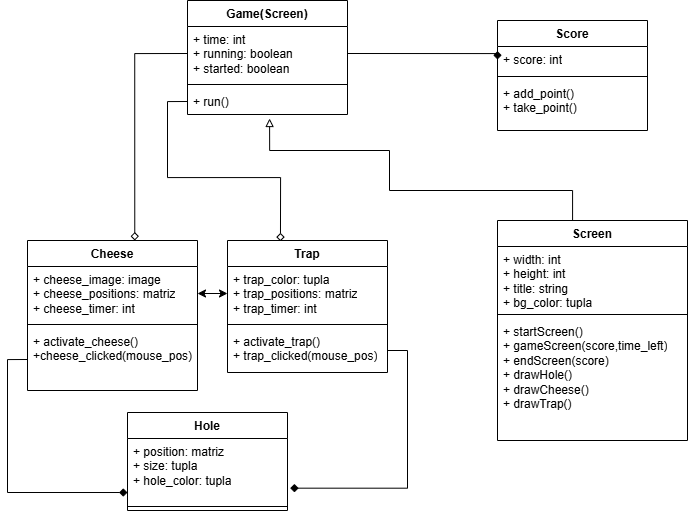
This is diagrama_classes/diagrama.png from BeatrizSants/Projeto-OO, a draw.io export, as it was before one commit. Source tidied: cells renumbered, new cells last; positions are measured from the earlier drawing's top-left corner, leaving out a move shared by most shapes.
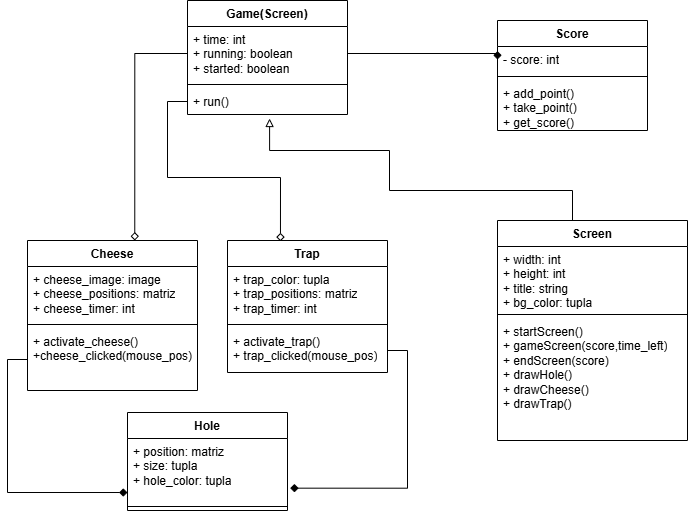
Later version of the same file.

The edit, as a diff of the source:
```diff
@@ -38,13 +38,13 @@
     <mxCell id="13" value="Score" style="swimlane;fontStyle=1;align=center;verticalAlign=top;horizontal=1;startSize=26;whiteSpace=wrap;html=1;" parent="1" vertex="1">
       <mxGeometry x="470" y="20" width="150" height="110" as="geometry" />
     </mxCell>
-    <mxCell id="14" value="+ score: int" style="text;strokeColor=none;fillColor=none;align=left;verticalAlign=top;spacingLeft=4;spacingRight=4;overflow=hidden;points=[[0,0.5],[1,0.5]];portConstraint=eastwest;whiteSpace=wrap;html=1;" parent="13" vertex="1">
+    <mxCell id="14" value="- score: int" style="text;strokeColor=none;fillColor=none;align=left;verticalAlign=top;spacingLeft=4;spacingRight=4;overflow=hidden;points=[[0,0.5],[1,0.5]];portConstraint=eastwest;whiteSpace=wrap;html=1;" parent="13" vertex="1">
       <mxGeometry y="26" width="150" height="26" as="geometry" />
     </mxCell>
     <mxCell id="15" style="line;strokeWidth=1;fillColor=none;align=left;verticalAlign=middle;spacingTop=-1;spacingLeft=3;spacingRight=3;labelPosition=right;strokeColor=inherit;" parent="13" vertex="1">
       <mxGeometry y="52" width="150" height="8" as="geometry" />
     </mxCell>
-    <mxCell id="16" value="+ add_point()&lt;div&gt;+ take_point()&lt;/div&gt;" style="text;strokeColor=none;fillColor=none;align=left;verticalAlign=top;spacingLeft=4;spacingRight=4;overflow=hidden;whiteSpace=wrap;html=1;" parent="13" vertex="1">
+    <mxCell id="16" value="+ add_point()&lt;div&gt;+ take_point()&lt;/div&gt;&lt;div&gt;+ get_score()&lt;/div&gt;" style="text;strokeColor=none;fillColor=none;align=left;verticalAlign=top;spacingLeft=4;spacingRight=4;overflow=hidden;whiteSpace=wrap;html=1;" parent="13" vertex="1">
       <mxGeometry y="60" width="150" height="50" as="geometry" />
     </mxCell>
     <mxCell id="17" style="edgeStyle=orthogonalEdgeStyle;rounded=0;jettySize=auto;html=1;exitX=0.513;exitY=1.154;exitDx=0;exitDy=0;exitPerimeter=0;entryX=0.5;entryY=0;entryDx=0;entryDy=0;endArrow=none;endFill=0;startArrow=block;startFill=0;" parent="1" edge="1" source="8" target="9">
@@ -100,8 +100,5 @@
     <mxCell id="30" style="edgeStyle=orthogonalEdgeStyle;rounded=0;jettySize=auto;html=1;exitX=0;exitY=0.5;exitDx=0;exitDy=0;entryX=0.631;entryY=0;entryDx=0;entryDy=0;entryPerimeter=0;endArrow=diamond;endFill=0;" parent="1" edge="1" source="6" target="18">
       <mxGeometry relative="1" as="geometry" />
     </mxCell>
-    <mxCell id="31" style="edgeStyle=orthogonalEdgeStyle;rounded=0;jettySize=auto;html=1;exitX=1;exitY=0.5;exitDx=0;exitDy=0;entryX=0;entryY=0.5;entryDx=0;entryDy=0;startArrow=classic;startFill=1;" parent="1" edge="1" source="19" target="23">
-      <mxGeometry relative="1" as="geometry" />
-    </mxCell>
   </root>
 </mxGraphModel>
```
